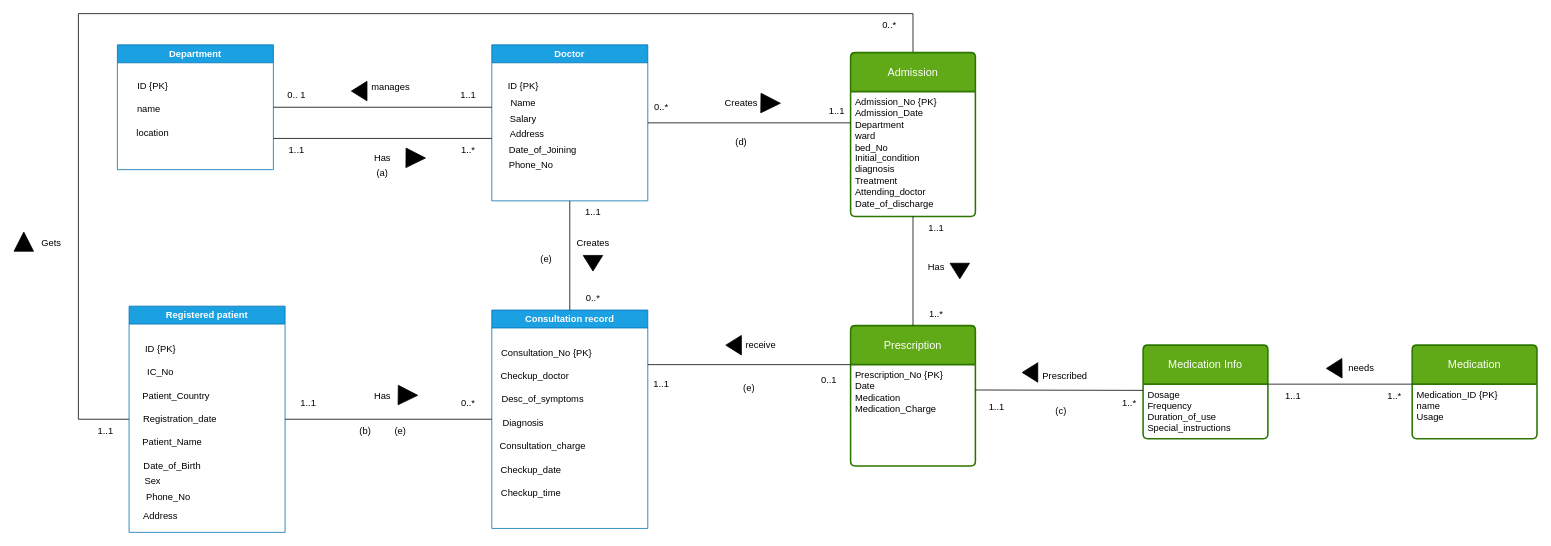
This is Studeent1+2DBMS.drawio from Antonioiewh/DB_MANAGEMENT, a draw.io file, before an edit. Source tidied: cells renumbered, new cells numbered last; positions are measured from the earlier drawing's top-left corner, leaving out a move shared by most shapes. Both pictures are drawn from the tidied source at 78%, with x=0, y=0 at pixel (23, 13).
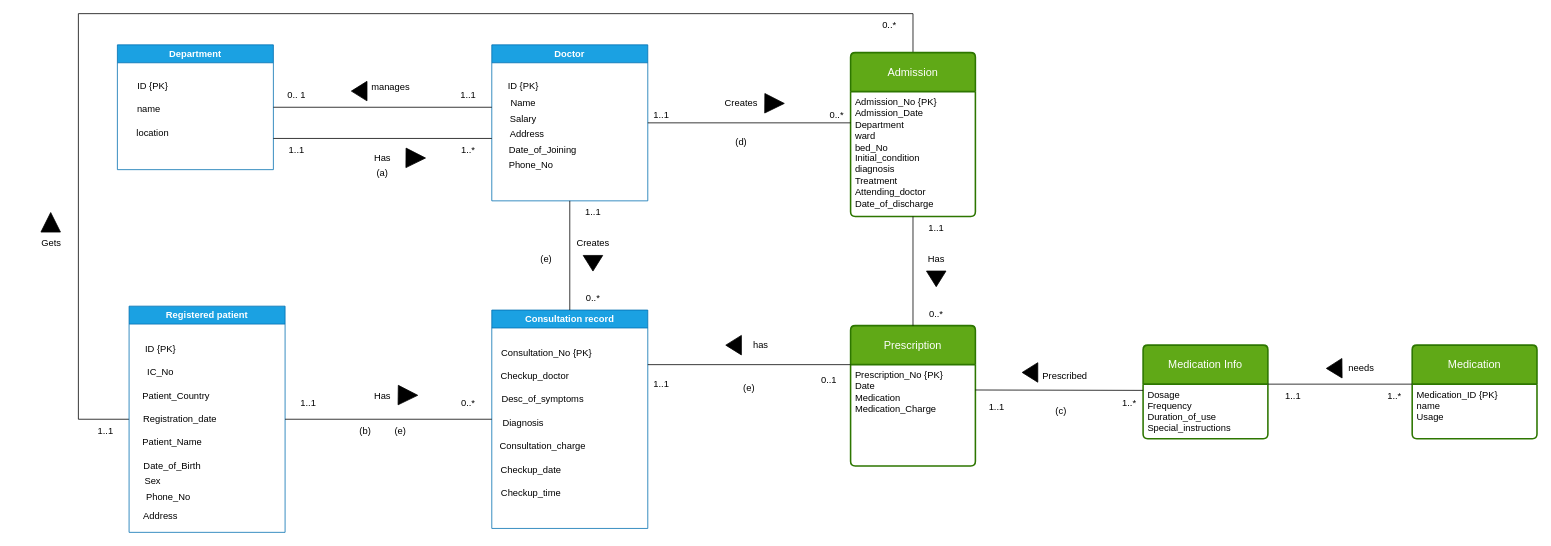
Above is the later version.

Change to the diagram source:
```diff
@@
-    <mxCell id="55" value="receive" style="text;html=1;align=center;verticalAlign=middle;whiteSpace=wrap;rounded=0;" parent="1" vertex="1">
+    <mxCell id="55" value="has" style="text;html=1;align=center;verticalAlign=middle;whiteSpace=wrap;rounded=0;" parent="1" vertex="1">
       <mxGeometry x="920" y="410" width="50" height="30" as="geometry" />
     </mxCell>
@@
     <mxCell id="60" value="0..*" style="text;html=1;align=center;verticalAlign=middle;whiteSpace=wrap;rounded=0;" parent="1" vertex="1">
-      <mxGeometry x="800" y="110" width="35" height="20" as="geometry" />
+      <mxGeometry x="1025" y="120" width="35" height="20" as="geometry" />
     </mxCell>
     <mxCell id="61" value="1..1" style="text;html=1;align=center;verticalAlign=middle;whiteSpace=wrap;rounded=0;" parent="1" vertex="1">
-      <mxGeometry x="1025" y="115" width="35" height="20" as="geometry" />
+      <mxGeometry x="800" y="120" width="35" height="20" as="geometry" />
     </mxCell>
@@
-    <mxCell id="72" value="1..*" style="text;html=1;align=center;verticalAlign=middle;whiteSpace=wrap;rounded=0;" parent="1" vertex="1">
+    <mxCell id="72" value="0..*" style="text;html=1;align=center;verticalAlign=middle;whiteSpace=wrap;rounded=0;" parent="1" vertex="1">
       <mxGeometry x="1140" y="370" width="60" height="30" as="geometry" />
     </mxCell>
@@
     <mxCell id="75" value="Has" style="text;html=1;align=center;verticalAlign=middle;whiteSpace=wrap;rounded=0;direction=west;flipV=1;flipH=1;rotation=0;" parent="1" vertex="1">
-      <mxGeometry x="1140" y="310" width="60" height="30" as="geometry" />
+      <mxGeometry x="1140" y="300" width="60" height="30" as="geometry" />
     </mxCell>
@@
     <mxCell id="86" style="shape=mxgraph.arrows2.wedgeArrow;html=1;startWidth=12.5;defaultFillColor=invert;defaultGradientColor=invert;rounded=0;fillColor=default;strokeColor=default;gradientColor=none;" parent="1" edge="1">
       <mxGeometry relative="1" as="geometry">
-        <mxPoint x="1200" y="320" as="sourcePoint" />
-        <mxPoint x="1200" y="340" as="targetPoint" />
+        <mxPoint x="1169.8" y="330" as="sourcePoint" />
+        <mxPoint x="1169.8" y="350" as="targetPoint" />
       </mxGeometry>
     </mxCell>
@@
     <mxCell id="90" style="shape=mxgraph.arrows2.wedgeArrow;html=1;startWidth=12.5;defaultFillColor=invert;defaultGradientColor=invert;rounded=0;fillColor=default;strokeColor=default;gradientColor=none;" parent="1" edge="1">
       <mxGeometry relative="1" as="geometry">
-        <mxPoint x="945" y="114.6" as="sourcePoint" />
-        <mxPoint x="970" y="114.9" as="targetPoint" />
+        <mxPoint x="950" y="114.9" as="sourcePoint" />
+        <mxPoint x="975" y="115.1" as="targetPoint" />
       </mxGeometry>
     </mxCell>
@@
     <mxCell id="94" style="shape=mxgraph.arrows2.wedgeArrow;html=1;startWidth=12.5;defaultFillColor=invert;defaultGradientColor=invert;rounded=0;fillColor=default;strokeColor=default;gradientColor=none;" parent="1" edge="1">
       <mxGeometry relative="1" as="geometry">
-        <mxPoint y="304.6" as="sourcePoint" />
-        <mxPoint y="280" as="targetPoint" />
+        <mxPoint x="34.5" y="280" as="sourcePoint" />
+        <mxPoint x="34.5" y="255" as="targetPoint" />
       </mxGeometry>
     </mxCell>
```
